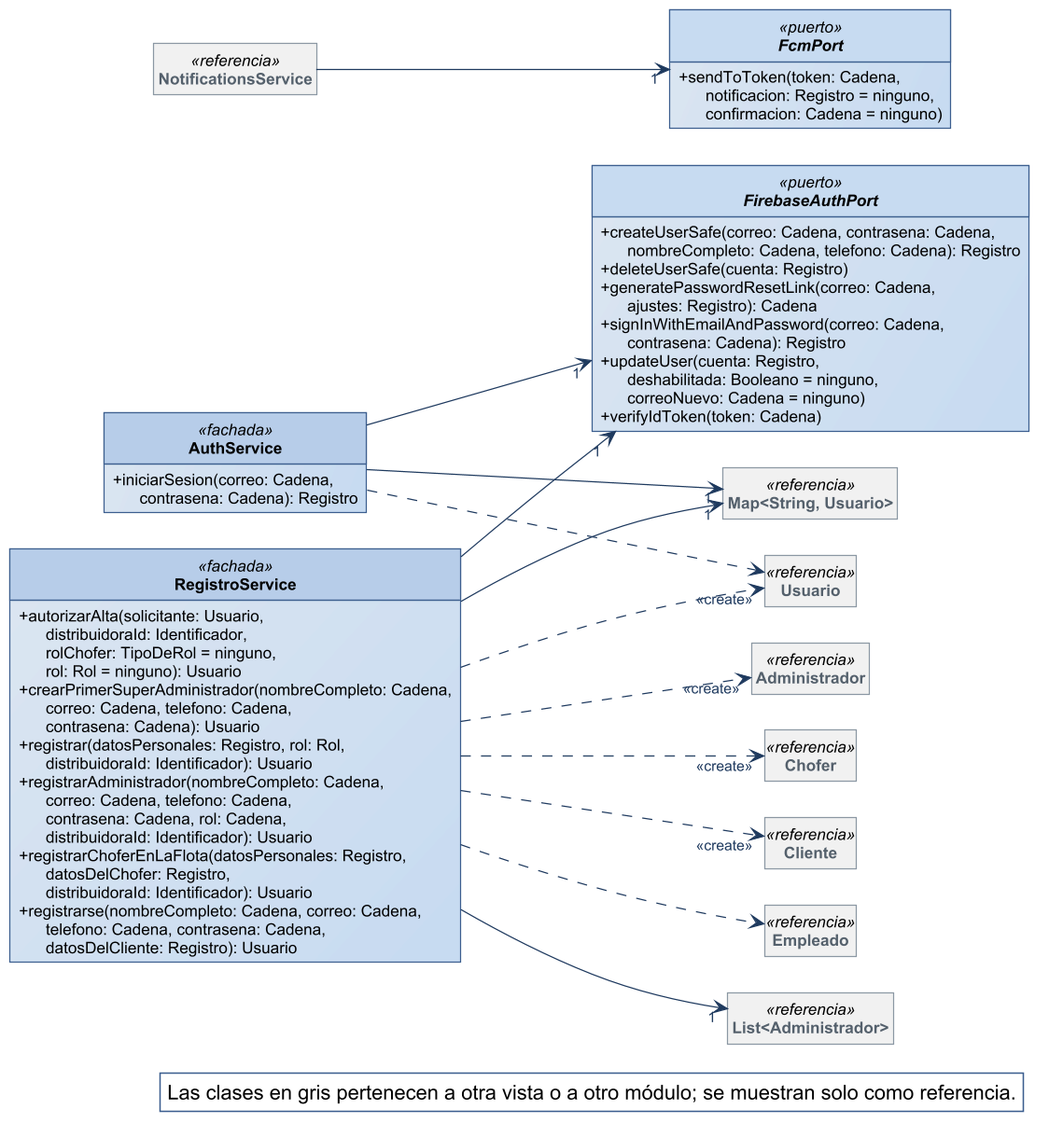
Earlier version of the PlantUML export diagramas/clases-diseno/DC_Mod_Sesion-y-registro.png (Nahuelito-Dev/splg-docs).
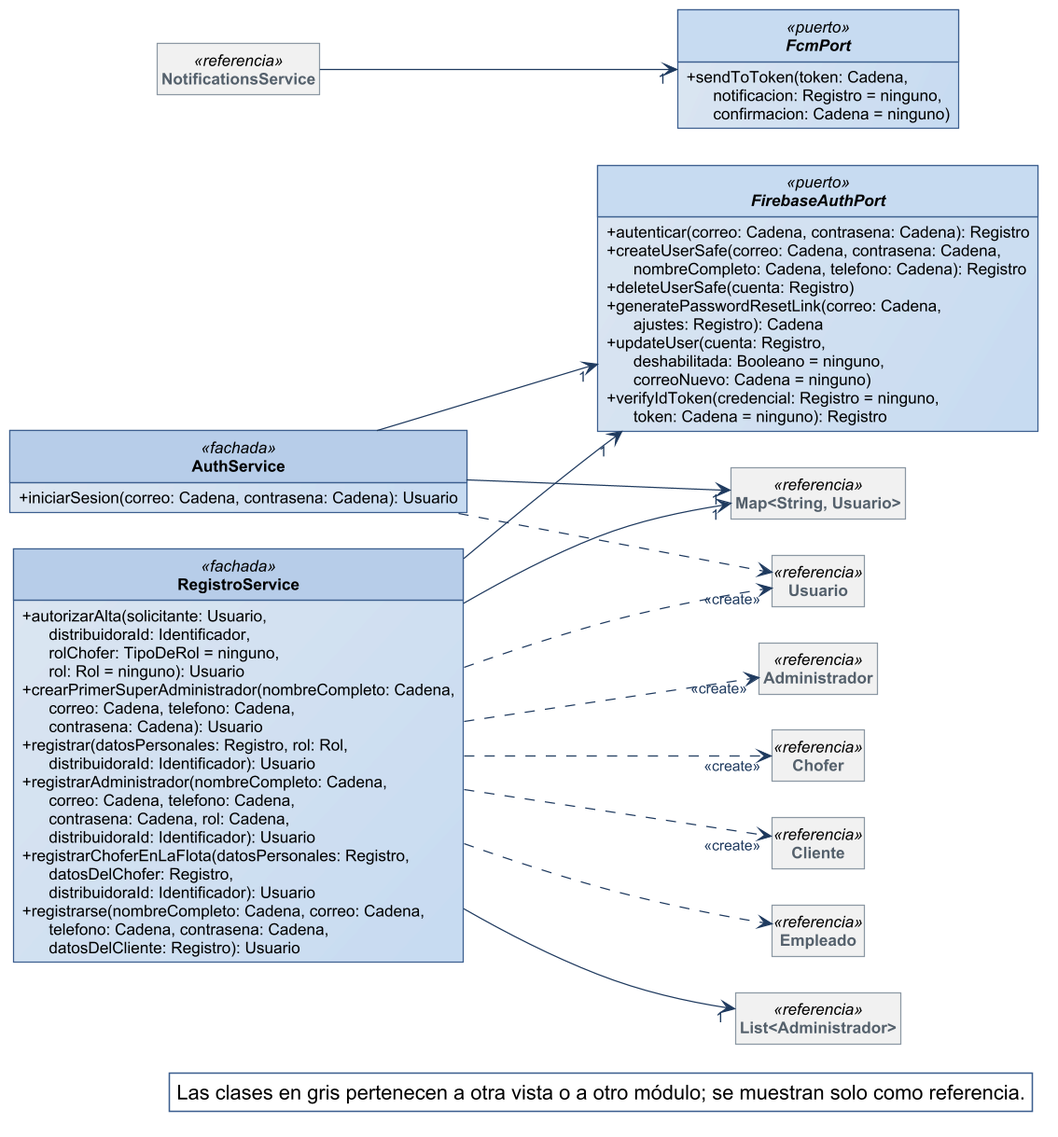
Above is the later version.

What changed in the source:
```diff
@@ -31,7 +31,7 @@
 skinparam nodesep 25
 skinparam ranksep 90
 class AuthService <<fachada>> {
-  + iniciarSesion(correo: Cadena,\n      contrasena: Cadena): Registro
+  + iniciarSesion(correo: Cadena, contrasena: Cadena): Usuario
 }
 class RegistroService <<fachada>> {
   + autorizarAlta(solicitante: Usuario,\n      distribuidoraId: Identificador,\n      rolChofer: TipoDeRol = ninguno,\n      rol: Rol = ninguno): Usuario
@@ -42,12 +42,12 @@
   + registrarse(nombreCompleto: Cadena, correo: Cadena,\n      telefono: Cadena, contrasena: Cadena,\n      datosDelCliente: Registro): Usuario
 }
 interface FirebaseAuthPort <<puerto>> {
+  + autenticar(correo: Cadena, contrasena: Cadena): Registro
   + createUserSafe(correo: Cadena, contrasena: Cadena,\n      nombreCompleto: Cadena, telefono: Cadena): Registro
   + deleteUserSafe(cuenta: Registro)
   + generatePasswordResetLink(correo: Cadena,\n      ajustes: Registro): Cadena
-  + signInWithEmailAndPassword(correo: Cadena,\n      contrasena: Cadena): Registro
   + updateUser(cuenta: Registro,\n      deshabilitada: Booleano = ninguno,\n      correoNuevo: Cadena = ninguno)
-  + verifyIdToken(token: Cadena)
+  + verifyIdToken(credencial: Registro = ninguno,\n      token: Cadena = ninguno): Registro
 }
 interface FcmPort <<puerto>> {
   + sendToToken(token: Cadena,\n      notificacion: Registro = ninguno,\n      confirmacion: Cadena = ninguno)
```
